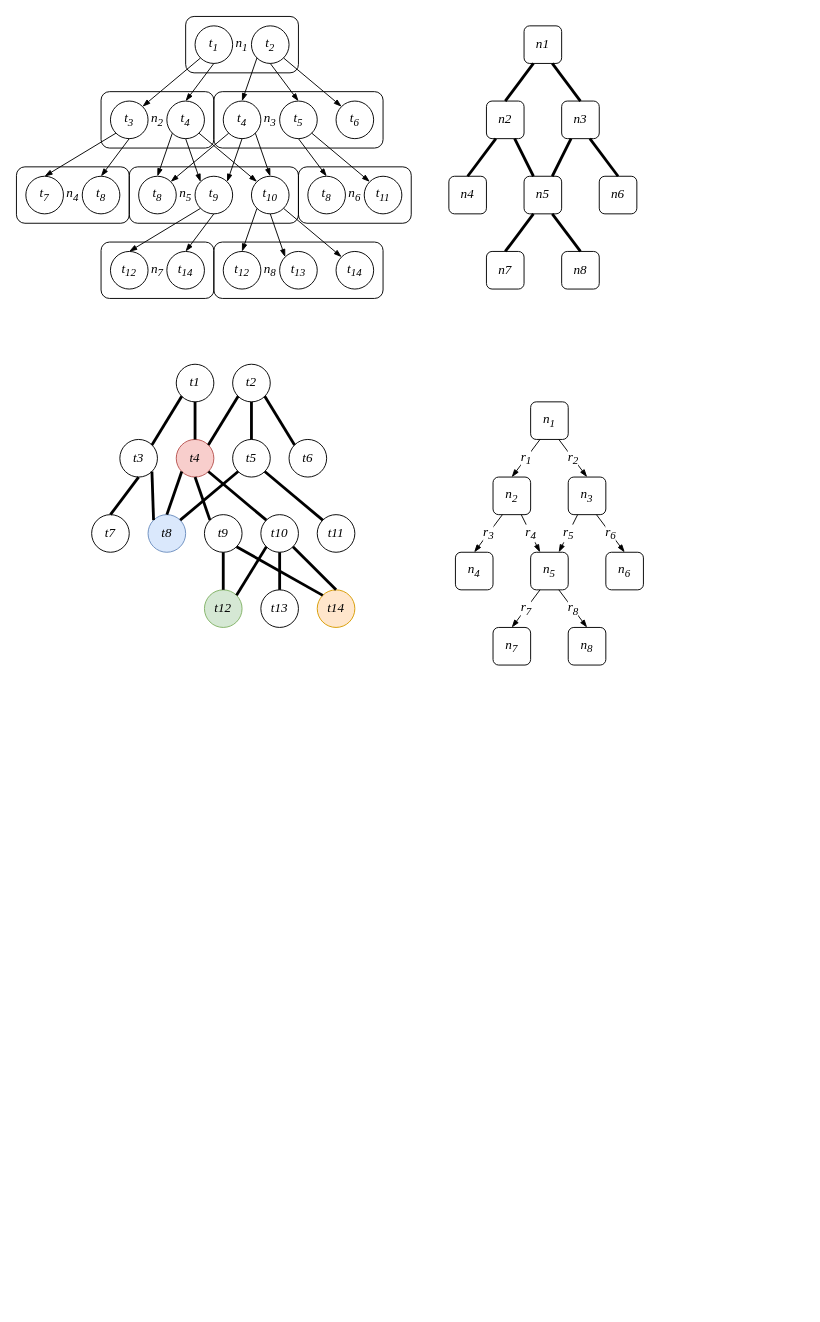
Above: karti.drawio in obscurya/draw.io (draw.io), before the change. Source tidied: cells renumbered, new cells numbered last; positions are measured from the earlier drawing's top-left corner, leaving out a move shared by most shapes. Both pictures are drawn from the tidied source at 94%, with x=0, y=0 at pixel (16, 16).
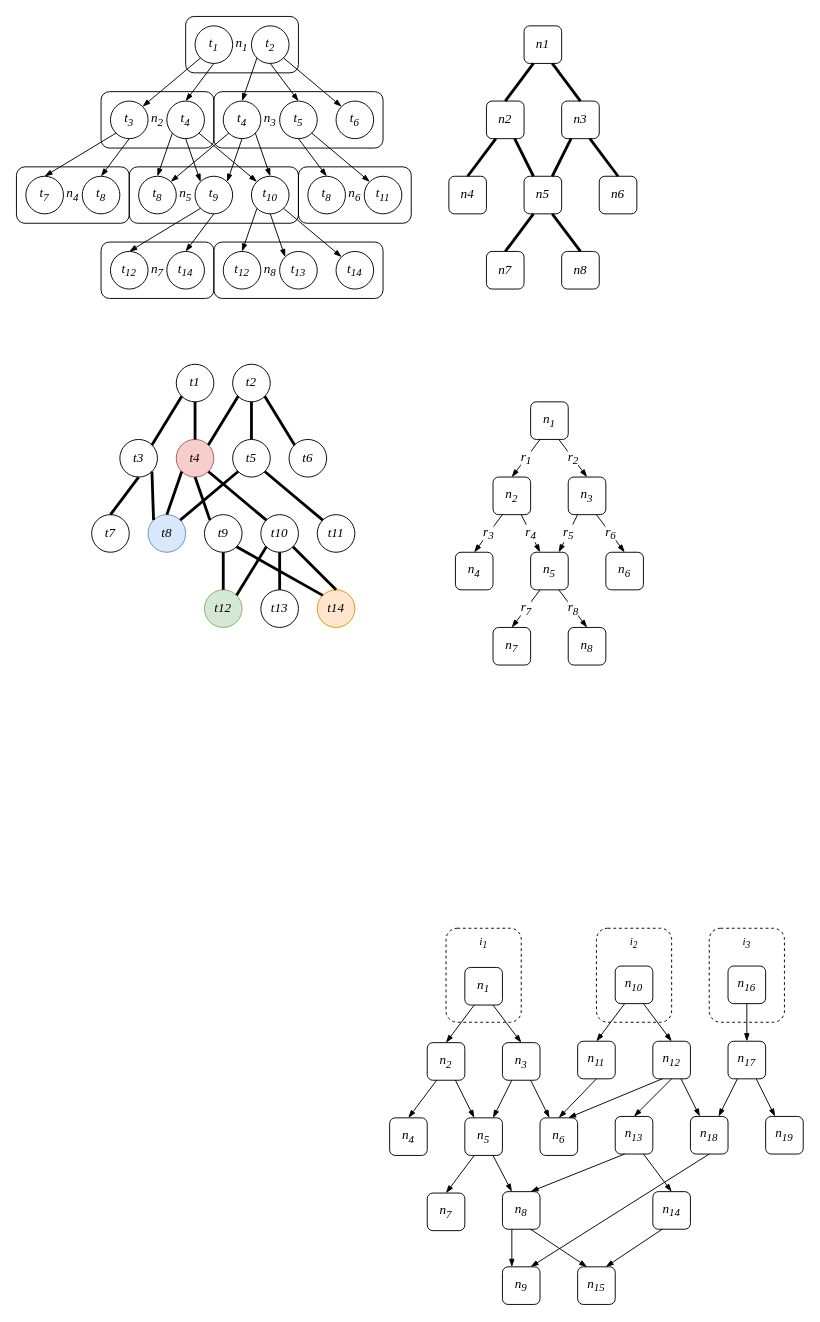
After the change.

The edit, as a diff of the source:
```diff
@@
+    <mxCell id="120" value="n&lt;sub&gt;8&lt;/sub&gt;" style="rounded=1;whiteSpace=wrap;html=1;fontFamily=Times New Roman;fontSize=14;fillColor=none;fontStyle=2;" parent="1" vertex="1">
+      <mxGeometry x="517" y="1250.2" width="40" height="40" as="geometry" />
+    </mxCell>
+    <mxCell id="121" value="n&lt;sub&gt;7&lt;/sub&gt;" style="rounded=1;whiteSpace=wrap;html=1;fontFamily=Times New Roman;fontSize=14;fillColor=none;fontStyle=2;" parent="1" vertex="1">
+      <mxGeometry x="437" y="1251.7" width="40" height="40" as="geometry" />
+    </mxCell>
+    <mxCell id="122" value="n&lt;sub&gt;2&lt;/sub&gt;" style="rounded=1;whiteSpace=wrap;html=1;fontFamily=Times New Roman;fontSize=14;fillColor=none;fontStyle=2;" parent="1" vertex="1">
+      <mxGeometry x="437" y="1091.7" width="40" height="40" as="geometry" />
+    </mxCell>
+    <mxCell id="123" value="n&lt;sub&gt;5&lt;/sub&gt;" style="rounded=1;whiteSpace=wrap;html=1;fontFamily=Times New Roman;fontSize=14;fillColor=none;fontStyle=2;" parent="1" vertex="1">
+      <mxGeometry x="477" y="1171.7" width="40" height="40" as="geometry" />
+    </mxCell>
+    <mxCell id="124" value="n&lt;sub&gt;1&lt;/sub&gt;" style="rounded=1;whiteSpace=wrap;html=1;fontFamily=Times New Roman;fontSize=14;fillColor=none;fontStyle=2;" parent="1" vertex="1">
+      <mxGeometry x="477" y="1011.7" width="40" height="40" as="geometry" />
+    </mxCell>
+    <mxCell id="125" value="n&lt;sub&gt;6&lt;/sub&gt;" style="rounded=1;whiteSpace=wrap;html=1;fontFamily=Times New Roman;fontSize=14;fillColor=none;fontStyle=2;" parent="1" vertex="1">
+      <mxGeometry x="557" y="1171.7" width="40" height="40" as="geometry" />
+    </mxCell>
+    <mxCell id="126" value="n&lt;sub&gt;4&lt;/sub&gt;" style="rounded=1;whiteSpace=wrap;html=1;fontFamily=Times New Roman;fontSize=14;fillColor=none;fontStyle=2;" parent="1" vertex="1">
+      <mxGeometry x="397" y="1171.7" width="40" height="40" as="geometry" />
+    </mxCell>
+    <mxCell id="127" value="n&lt;sub&gt;3&lt;/sub&gt;" style="rounded=1;whiteSpace=wrap;html=1;fontFamily=Times New Roman;fontSize=14;fillColor=none;fontStyle=2;" parent="1" vertex="1">
+      <mxGeometry x="517" y="1091.7" width="40" height="40" as="geometry" />
+    </mxCell>
+    <mxCell id="128" style="endArrow=none;html=1;fontFamily=Times New Roman;fontSize=14;entryX=0.25;entryY=1;entryDx=0;entryDy=0;exitX=0.5;exitY=0;exitDx=0;exitDy=0;strokeWidth=1;fontStyle=2;startArrow=blockThin;startFill=1;" parent="1" edge="1" source="122" target="124">
+      <mxGeometry relative="1" as="geometry" />
+    </mxCell>
+    <mxCell id="129" style="endArrow=none;html=1;fontFamily=Times New Roman;fontSize=14;entryX=0.75;entryY=1;entryDx=0;entryDy=0;exitX=0.5;exitY=0;exitDx=0;exitDy=0;strokeWidth=1;fontStyle=2;startArrow=blockThin;startFill=1;" parent="1" edge="1" source="127" target="124">
+      <mxGeometry relative="1" as="geometry" />
+    </mxCell>
+    <mxCell id="130" style="endArrow=none;html=1;fontFamily=Times New Roman;fontSize=14;entryX=0.25;entryY=1;entryDx=0;entryDy=0;exitX=0.5;exitY=0;exitDx=0;exitDy=0;strokeWidth=1;fontStyle=2;startArrow=blockThin;startFill=1;" parent="1" edge="1" source="126" target="122">
+      <mxGeometry relative="1" as="geometry" />
+    </mxCell>
+    <mxCell id="131" style="endArrow=none;html=1;fontFamily=Times New Roman;fontSize=14;entryX=0.75;entryY=1;entryDx=0;entryDy=0;exitX=0.25;exitY=0;exitDx=0;exitDy=0;strokeWidth=1;fontStyle=2;startArrow=blockThin;startFill=1;" parent="1" edge="1" source="123" target="122">
+      <mxGeometry relative="1" as="geometry" />
+    </mxCell>
+    <mxCell id="132" style="endArrow=none;html=1;fontFamily=Times New Roman;fontSize=14;entryX=0.25;entryY=1;entryDx=0;entryDy=0;exitX=0.75;exitY=0;exitDx=0;exitDy=0;strokeWidth=1;fontStyle=2;startArrow=blockThin;startFill=1;" parent="1" edge="1" source="123" target="127">
+      <mxGeometry relative="1" as="geometry" />
+    </mxCell>
+    <mxCell id="133" style="endArrow=none;html=1;fontFamily=Times New Roman;fontSize=14;entryX=0.75;entryY=1;entryDx=0;entryDy=0;exitX=0.25;exitY=0;exitDx=0;exitDy=0;strokeWidth=1;fontStyle=2;startArrow=blockThin;startFill=1;" parent="1" edge="1" source="125" target="127">
+      <mxGeometry relative="1" as="geometry" />
+    </mxCell>
+    <mxCell id="134" style="endArrow=none;html=1;fontFamily=Times New Roman;fontSize=14;exitX=0.5;exitY=0;exitDx=0;exitDy=0;strokeWidth=1;fontStyle=2;entryX=0.25;entryY=1;entryDx=0;entryDy=0;startArrow=blockThin;startFill=1;" parent="1" edge="1" source="121" target="123">
+      <mxGeometry relative="1" as="geometry" />
+    </mxCell>
+    <mxCell id="135" style="endArrow=none;html=1;fontFamily=Times New Roman;fontSize=14;entryX=0.75;entryY=1;entryDx=0;entryDy=0;exitX=0.25;exitY=0;exitDx=0;exitDy=0;strokeWidth=1;fontStyle=2;startArrow=blockThin;startFill=1;" parent="1" edge="1" source="120" target="123">
+      <mxGeometry relative="1" as="geometry" />
+    </mxCell>
+    <mxCell id="136" value="n&lt;sub&gt;10&lt;/sub&gt;" style="rounded=1;whiteSpace=wrap;html=1;fontFamily=Times New Roman;fontSize=14;fillColor=none;fontStyle=2;" parent="1" vertex="1">
+      <mxGeometry x="637" y="1010.2" width="40" height="40" as="geometry" />
+    </mxCell>
+    <mxCell id="137" value="n&lt;sub&gt;11&lt;/sub&gt;" style="rounded=1;whiteSpace=wrap;html=1;fontFamily=Times New Roman;fontSize=14;fillColor=none;fontStyle=2;" parent="1" vertex="1">
+      <mxGeometry x="597" y="1090.2" width="40" height="40" as="geometry" />
+    </mxCell>
+    <mxCell id="138" value="n&lt;sub&gt;12&lt;/sub&gt;" style="rounded=1;whiteSpace=wrap;html=1;fontFamily=Times New Roman;fontSize=14;fillColor=none;fontStyle=2;" parent="1" vertex="1">
+      <mxGeometry x="677" y="1090.2" width="40" height="40" as="geometry" />
+    </mxCell>
+    <mxCell id="139" value="n&lt;sub&gt;13&lt;/sub&gt;" style="rounded=1;whiteSpace=wrap;html=1;fontFamily=Times New Roman;fontSize=14;fillColor=none;fontStyle=2;" parent="1" vertex="1">
+      <mxGeometry x="637" y="1170.2" width="40" height="40" as="geometry" />
+    </mxCell>
+    <mxCell id="140" value="n&lt;sub&gt;14&lt;/sub&gt;" style="rounded=1;whiteSpace=wrap;html=1;fontFamily=Times New Roman;fontSize=14;fillColor=none;fontStyle=2;" parent="1" vertex="1">
+      <mxGeometry x="677" y="1250.2" width="40" height="40" as="geometry" />
+    </mxCell>
+    <mxCell id="141" value="n&lt;sub&gt;16&lt;/sub&gt;" style="rounded=1;whiteSpace=wrap;html=1;fontFamily=Times New Roman;fontSize=14;fillColor=none;fontStyle=2;" parent="1" vertex="1">
+      <mxGeometry x="757" y="1010.2" width="40" height="40" as="geometry" />
+    </mxCell>
+    <mxCell id="142" value="n&lt;sub&gt;17&lt;/sub&gt;" style="rounded=1;whiteSpace=wrap;html=1;fontFamily=Times New Roman;fontSize=14;fillColor=none;fontStyle=2;" parent="1" vertex="1">
+      <mxGeometry x="757" y="1090.2" width="40" height="40" as="geometry" />
+    </mxCell>
+    <mxCell id="143" value="n&lt;sub&gt;18&lt;/sub&gt;" style="rounded=1;whiteSpace=wrap;html=1;fontFamily=Times New Roman;fontSize=14;fillColor=none;fontStyle=2;" parent="1" vertex="1">
+      <mxGeometry x="717" y="1170.2" width="40" height="40" as="geometry" />
+    </mxCell>
+    <mxCell id="144" value="n&lt;sub&gt;19&lt;/sub&gt;" style="rounded=1;whiteSpace=wrap;html=1;fontFamily=Times New Roman;fontSize=14;fillColor=none;fontStyle=2;" parent="1" vertex="1">
+      <mxGeometry x="797" y="1170.2" width="40" height="40" as="geometry" />
+    </mxCell>
+    <mxCell id="145" style="endArrow=none;html=1;fontFamily=Times New Roman;fontSize=14;entryX=0.25;entryY=1;entryDx=0;entryDy=0;exitX=0.5;exitY=0;exitDx=0;exitDy=0;strokeWidth=1;fontStyle=2;startArrow=blockThin;startFill=1;" parent="1" edge="1" source="137" target="136">
+      <mxGeometry relative="1" as="geometry" />
+    </mxCell>
+    <mxCell id="146" style="endArrow=none;html=1;fontFamily=Times New Roman;fontSize=14;entryX=0.75;entryY=1;entryDx=0;entryDy=0;exitX=0.5;exitY=0;exitDx=0;exitDy=0;strokeWidth=1;fontStyle=2;startArrow=blockThin;startFill=1;" parent="1" edge="1" source="138" target="136">
+      <mxGeometry relative="1" as="geometry" />
+    </mxCell>
+    <mxCell id="147" style="endArrow=none;html=1;fontFamily=Times New Roman;fontSize=14;entryX=0.5;entryY=1;entryDx=0;entryDy=0;exitX=0.5;exitY=0;exitDx=0;exitDy=0;strokeWidth=1;fontStyle=2;startArrow=blockThin;startFill=1;" parent="1" edge="1" source="125" target="137">
+      <mxGeometry relative="1" as="geometry" />
+    </mxCell>
+    <mxCell id="148" style="endArrow=none;html=1;fontFamily=Times New Roman;fontSize=14;entryX=0.5;entryY=1;entryDx=0;entryDy=0;exitX=0.5;exitY=0;exitDx=0;exitDy=0;strokeWidth=1;fontStyle=2;startArrow=blockThin;startFill=1;" parent="1" edge="1" source="139" target="138">
+      <mxGeometry relative="1" as="geometry" />
+    </mxCell>
+    <mxCell id="149" style="endArrow=none;html=1;fontFamily=Times New Roman;fontSize=14;entryX=0.75;entryY=1;entryDx=0;entryDy=0;exitX=0.25;exitY=0;exitDx=0;exitDy=0;strokeWidth=1;fontStyle=2;startArrow=blockThin;startFill=1;" parent="1" edge="1" source="143" target="138">
+      <mxGeometry relative="1" as="geometry" />
+    </mxCell>
+    <mxCell id="150" style="endArrow=none;html=1;fontFamily=Times New Roman;fontSize=14;entryX=0.75;entryY=1;entryDx=0;entryDy=0;exitX=0.5;exitY=0;exitDx=0;exitDy=0;strokeWidth=1;fontStyle=2;startArrow=blockThin;startFill=1;" parent="1" edge="1" source="140" target="139">
+      <mxGeometry relative="1" as="geometry" />
+    </mxCell>
+    <mxCell id="151" style="endArrow=none;html=1;fontFamily=Times New Roman;fontSize=14;entryX=0.5;entryY=1;entryDx=0;entryDy=0;exitX=0.5;exitY=0;exitDx=0;exitDy=0;strokeWidth=1;fontStyle=2;startArrow=blockThin;startFill=1;" parent="1" edge="1" source="142" target="141">
+      <mxGeometry relative="1" as="geometry" />
+    </mxCell>
+    <mxCell id="152" style="endArrow=none;html=1;fontFamily=Times New Roman;fontSize=14;entryX=0.25;entryY=1;entryDx=0;entryDy=0;exitX=0.75;exitY=0;exitDx=0;exitDy=0;strokeWidth=1;fontStyle=2;startArrow=blockThin;startFill=1;" parent="1" edge="1" source="143" target="142">
+      <mxGeometry relative="1" as="geometry" />
+    </mxCell>
+    <mxCell id="153" style="endArrow=none;html=1;fontFamily=Times New Roman;fontSize=14;entryX=0.75;entryY=1;entryDx=0;entryDy=0;exitX=0.25;exitY=0;exitDx=0;exitDy=0;strokeWidth=1;fontStyle=2;startArrow=blockThin;startFill=1;" parent="1" edge="1" source="144" target="142">
+      <mxGeometry relative="1" as="geometry" />
+    </mxCell>
+    <mxCell id="154" value="n&lt;sub&gt;15&lt;/sub&gt;" style="rounded=1;whiteSpace=wrap;html=1;fontFamily=Times New Roman;fontSize=14;fillColor=none;fontStyle=2;" parent="1" vertex="1">
+      <mxGeometry x="597" y="1330.2" width="40" height="40" as="geometry" />
+    </mxCell>
+    <mxCell id="155" style="endArrow=none;html=1;fontFamily=Times New Roman;fontSize=14;entryX=0.75;entryY=1;entryDx=0;entryDy=0;exitX=0.25;exitY=0;exitDx=0;exitDy=0;strokeWidth=1;fontStyle=2;startArrow=blockThin;startFill=1;" parent="1" edge="1" source="154" target="120">
+      <mxGeometry relative="1" as="geometry" />
+    </mxCell>
+    <mxCell id="156" style="endArrow=none;html=1;fontFamily=Times New Roman;fontSize=14;entryX=0.25;entryY=1;entryDx=0;entryDy=0;exitX=0.75;exitY=0;exitDx=0;exitDy=0;strokeWidth=1;fontStyle=2;startArrow=blockThin;startFill=1;" parent="1" edge="1" source="154" target="140">
+      <mxGeometry relative="1" as="geometry" />
+    </mxCell>
+    <mxCell id="157" value="n&lt;sub&gt;9&lt;/sub&gt;" style="rounded=1;whiteSpace=wrap;html=1;fontFamily=Times New Roman;fontSize=14;fillColor=none;fontStyle=2;" parent="1" vertex="1">
+      <mxGeometry x="517" y="1330.2" width="40" height="40" as="geometry" />
+    </mxCell>
+    <mxCell id="158" style="endArrow=none;html=1;fontFamily=Times New Roman;fontSize=14;entryX=0.25;entryY=1;entryDx=0;entryDy=0;exitX=0.25;exitY=0;exitDx=0;exitDy=0;strokeWidth=1;fontStyle=2;startArrow=blockThin;startFill=1;" parent="1" edge="1" source="157" target="120">
+      <mxGeometry relative="1" as="geometry" />
+    </mxCell>
+    <mxCell id="159" style="endArrow=none;html=1;fontFamily=Times New Roman;fontSize=14;exitX=0.75;exitY=0;exitDx=0;exitDy=0;strokeWidth=1;fontStyle=2;startArrow=blockThin;startFill=1;entryX=0.25;entryY=1;entryDx=0;entryDy=0;" parent="1" edge="1" source="120" target="139">
+      <mxGeometry relative="1" as="geometry" />
+    </mxCell>
+    <mxCell id="160" style="endArrow=none;html=1;fontFamily=Times New Roman;fontSize=14;entryX=0.25;entryY=1;entryDx=0;entryDy=0;exitX=0.75;exitY=0;exitDx=0;exitDy=0;strokeWidth=1;fontStyle=2;startArrow=blockThin;startFill=1;" parent="1" edge="1" source="125" target="138">
+      <mxGeometry relative="1" as="geometry" />
+    </mxCell>
+    <mxCell id="161" style="endArrow=none;html=1;fontFamily=Times New Roman;fontSize=14;exitX=0.75;exitY=0;exitDx=0;exitDy=0;strokeWidth=1;fontStyle=2;startArrow=blockThin;startFill=1;entryX=0.5;entryY=1;entryDx=0;entryDy=0;" parent="1" edge="1" source="157" target="143">
+      <mxGeometry relative="1" as="geometry" />
+    </mxCell>
+    <mxCell id="162" value="i&lt;sub&gt;1&lt;/sub&gt;" style="rounded=1;whiteSpace=wrap;html=1;fillColor=none;dashed=1;verticalAlign=top;fontFamily=Times New Roman;fontStyle=2;" parent="1" vertex="1">
+      <mxGeometry x="457" y="970" width="80" height="100" as="geometry" />
+    </mxCell>
+    <mxCell id="163" value="&lt;span&gt;i&lt;/span&gt;&lt;sub&gt;2&lt;/sub&gt;" style="rounded=1;whiteSpace=wrap;html=1;fillColor=none;dashed=1;verticalAlign=top;fontFamily=Times New Roman;fontStyle=2;" parent="1" vertex="1">
+      <mxGeometry x="617" y="970" width="80" height="100" as="geometry" />
+    </mxCell>
+    <mxCell id="164" value="&lt;span&gt;i&lt;/span&gt;&lt;sub&gt;3&lt;/sub&gt;" style="rounded=1;whiteSpace=wrap;html=1;fillColor=none;dashed=1;verticalAlign=top;fontFamily=Times New Roman;fontStyle=2;" parent="1" vertex="1">
+      <mxGeometry x="737" y="970" width="80" height="100" as="geometry" />
+    </mxCell>
```
